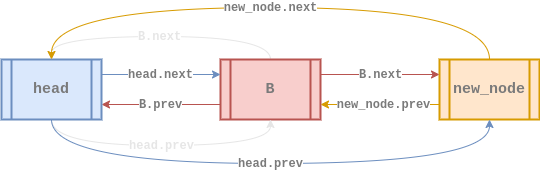
The draw.io diagram assets/data-structure/linked-list/cll-doubly-insert4.png in euisblue/vue-blog, before a commit. Source tidied: cells renumbered, new cells last; positions are measured from the earlier drawing's top-left corner, leaving out a move shared by most shapes. Its diagram source:
```xml
<mxGraphModel>
  <root>
    <mxCell id="0" />
    <mxCell id="1" parent="0" />
    <mxCell id="2" value="&lt;font face=&quot;Courier New&quot; size=&quot;1&quot; color=&quot;#e6e6e6&quot;&gt;&lt;b style=&quot;font-size: 12px&quot;&gt;B.next&lt;/b&gt;&lt;/font&gt;" style="edgeStyle=orthogonalEdgeStyle;rounded=0;jettySize=auto;html=1;exitX=0.5;exitY=0;exitDx=0;exitDy=0;endArrow=classic;endFill=1;strokeWidth=1;curved=1;entryX=0.5;entryY=0;entryDx=0;entryDy=0;fillColor=#f8cecc;strokeColor=#E6E6E6;" parent="1" edge="1" source="4" target="7">
      <mxGeometry x="0.01" relative="1" as="geometry">
        <Array as="points">
          <mxPoint x="269" y="29" />
          <mxPoint x="50" y="29" />
        </Array>
      </mxGeometry>
    </mxCell>
    <mxCell id="3" value="&lt;b style=&quot;color: rgb(122 , 122 , 122) ; font-family: &amp;#34;courier new&amp;#34;&quot;&gt;&lt;font style=&quot;font-size: 12px&quot;&gt;B.prev&lt;/font&gt;&lt;/b&gt;" style="rounded=0;jettySize=auto;html=1;exitX=0;exitY=0.75;exitDx=0;exitDy=0;entryX=1;entryY=0.75;entryDx=0;entryDy=0;strokeColor=#b85450;strokeWidth=1;fillColor=#f8cecc;" parent="1" edge="1" source="4" target="7">
      <mxGeometry relative="1" as="geometry" />
    </mxCell>
    <mxCell id="4" value="&lt;b&gt;&lt;font style=&quot;font-size: 15px&quot; face=&quot;Courier New&quot; color=&quot;#7a7a7a&quot;&gt;B&lt;/font&gt;&lt;/b&gt;" style="shape=process;whiteSpace=wrap;html=1;backgroundOutline=1;fillColor=#f8cecc;strokeColor=#b85450;gradientDirection=east;strokeWidth=2;shadow=0;glass=0;sketch=0;" parent="1" vertex="1">
      <mxGeometry x="219" y="52" width="100" height="60" as="geometry" />
    </mxCell>
    <mxCell id="5" value="&lt;b style=&quot;font-size: 11px ; font-style: normal ; letter-spacing: normal ; text-align: center ; text-indent: 0px ; text-transform: none ; word-spacing: 0px ; font-family: &amp;#34;courier new&amp;#34;&quot;&gt;&lt;font style=&quot;font-size: 12px&quot; color=&quot;#e6e6e6&quot;&gt;head.prev&lt;/font&gt;&lt;/b&gt;" style="edgeStyle=orthogonalEdgeStyle;curved=1;rounded=0;sketch=0;jettySize=auto;html=1;exitX=0.5;exitY=1;exitDx=0;exitDy=0;entryX=0.5;entryY=1;entryDx=0;entryDy=0;strokeWidth=1;fillColor=#dae8fc;strokeColor=#E6E6E6;" parent="1" edge="1" source="7" target="4">
      <mxGeometry relative="1" as="geometry">
        <Array as="points">
          <mxPoint x="50" y="138" />
          <mxPoint x="269" y="138" />
        </Array>
      </mxGeometry>
    </mxCell>
    <mxCell id="6" value="&lt;b style=&quot;font-size: 11px ; font-style: normal ; letter-spacing: normal ; text-align: center ; text-indent: 0px ; text-transform: none ; word-spacing: 0px ; font-family: &amp;#34;courier new&amp;#34;&quot;&gt;&lt;font style=&quot;font-size: 12px&quot; color=&quot;#7a7a7a&quot;&gt;head.next&lt;/font&gt;&lt;/b&gt;" style="edgeStyle=orthogonalEdgeStyle;curved=1;rounded=0;sketch=0;jettySize=auto;html=1;exitX=1;exitY=0.25;exitDx=0;exitDy=0;entryX=0;entryY=0.25;entryDx=0;entryDy=0;strokeColor=#6c8ebf;strokeWidth=1;fillColor=#dae8fc;" parent="1" edge="1" source="7" target="4">
      <mxGeometry x="-0.01" relative="1" as="geometry">
        <Array as="points">
          <mxPoint x="159" y="67" />
          <mxPoint x="159" y="67" />
        </Array>
      </mxGeometry>
    </mxCell>
    <mxCell id="7" value="&lt;div&gt;&lt;font color=&quot;#7a7a7a&quot; face=&quot;courier new&quot; style=&quot;font-size: 15px&quot;&gt;head&lt;/font&gt;&lt;/div&gt;" style="shape=process;whiteSpace=wrap;html=1;backgroundOutline=1;fillColor=#dae8fc;strokeColor=#6c8ebf;gradientDirection=east;strokeWidth=2;shadow=0;glass=0;align=center;sketch=0;fontStyle=1;" parent="1" vertex="1">
      <mxGeometry y="52" width="100" height="60" as="geometry" />
    </mxCell>
    <mxCell id="8" value="&lt;font color=&quot;#7a7a7a&quot; face=&quot;courier new&quot;&gt;&lt;span style=&quot;font-size: 12px&quot;&gt;&lt;b&gt;new_node.prev&lt;/b&gt;&lt;/span&gt;&lt;/font&gt;" style="edgeStyle=orthogonalEdgeStyle;curved=1;rounded=0;jettySize=auto;html=1;exitX=0;exitY=0.75;exitDx=0;exitDy=0;entryX=1;entryY=0.75;entryDx=0;entryDy=0;strokeColor=#d79b00;strokeWidth=1;fillColor=#ffe6cc;" parent="1" edge="1" source="10" target="4">
      <mxGeometry x="-0.06" relative="1" as="geometry" />
    </mxCell>
    <mxCell id="9" value="&lt;font color=&quot;#7a7a7a&quot; face=&quot;courier new&quot;&gt;&lt;span style=&quot;font-size: 12px&quot;&gt;&lt;b&gt;new_node.next&lt;/b&gt;&lt;/span&gt;&lt;/font&gt;" style="edgeStyle=orthogonalEdgeStyle;curved=1;rounded=0;sketch=0;jettySize=auto;html=1;exitX=0.5;exitY=0;exitDx=0;exitDy=0;entryX=0.5;entryY=0;entryDx=0;entryDy=0;strokeWidth=1;strokeColor=#d79b00;fillColor=#ffe6cc;" parent="1" edge="1" source="10" target="7">
      <mxGeometry relative="1" as="geometry">
        <Array as="points">
          <mxPoint x="488" />
          <mxPoint x="50" />
        </Array>
      </mxGeometry>
    </mxCell>
    <mxCell id="10" value="&lt;div&gt;&lt;font color=&quot;#7a7a7a&quot; face=&quot;courier new&quot; size=&quot;1&quot;&gt;&lt;b style=&quot;font-size: 15px&quot;&gt;new_node&lt;/b&gt;&lt;/font&gt;&lt;/div&gt;" style="shape=process;whiteSpace=wrap;html=1;backgroundOutline=1;fillColor=#ffe6cc;strokeColor=#d79b00;gradientDirection=east;strokeWidth=2;shadow=0;glass=0;align=center;sketch=0;" parent="1" vertex="1">
      <mxGeometry x="438" y="52" width="100" height="60" as="geometry" />
    </mxCell>
    <mxCell id="11" value="&lt;font face=&quot;Courier New&quot; color=&quot;#7a7a7a&quot; size=&quot;1&quot;&gt;&lt;b style=&quot;font-size: 12px&quot;&gt;B.next&lt;/b&gt;&lt;/font&gt;" style="rounded=0;jettySize=auto;html=1;exitX=1;exitY=0.25;exitDx=0;exitDy=0;endArrow=classic;endFill=1;strokeColor=#b85450;strokeWidth=1;entryX=0;entryY=0.25;entryDx=0;entryDy=0;fillColor=#f8cecc;" parent="1" edge="1" source="4" target="10">
      <mxGeometry x="0.01" relative="1" as="geometry" />
    </mxCell>
    <mxCell id="12" value="&lt;b style=&quot;font-size: 11px ; font-style: normal ; letter-spacing: normal ; text-align: center ; text-indent: 0px ; text-transform: none ; word-spacing: 0px ; font-family: &amp;#34;courier new&amp;#34;&quot;&gt;&lt;font style=&quot;font-size: 12px&quot; color=&quot;#7a7a7a&quot;&gt;head.prev&lt;/font&gt;&lt;/b&gt;" style="edgeStyle=orthogonalEdgeStyle;curved=1;rounded=0;sketch=0;jettySize=auto;html=1;exitX=0.5;exitY=1;exitDx=0;exitDy=0;entryX=0.5;entryY=1;entryDx=0;entryDy=0;strokeWidth=1;strokeColor=#6c8ebf;fillColor=#dae8fc;" parent="1" edge="1" source="7" target="10">
      <mxGeometry relative="1" as="geometry">
        <Array as="points">
          <mxPoint x="50" y="156" />
          <mxPoint x="488" y="156" />
        </Array>
      </mxGeometry>
    </mxCell>
  </root>
</mxGraphModel>
```
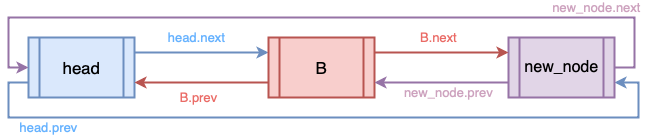
The same diagram one commit later.

What changed in the source:
```diff
@@ -2,63 +2,54 @@
   <root>
     <mxCell id="0" />
     <mxCell id="1" parent="0" />
-    <mxCell id="2" value="&lt;font face=&quot;Courier New&quot; size=&quot;1&quot; color=&quot;#e6e6e6&quot;&gt;&lt;b style=&quot;font-size: 12px&quot;&gt;B.next&lt;/b&gt;&lt;/font&gt;" style="edgeStyle=orthogonalEdgeStyle;rounded=0;jettySize=auto;html=1;exitX=0.5;exitY=0;exitDx=0;exitDy=0;endArrow=classic;endFill=1;strokeWidth=1;curved=1;entryX=0.5;entryY=0;entryDx=0;entryDy=0;fillColor=#f8cecc;strokeColor=#E6E6E6;" parent="1" edge="1" source="4" target="7">
-      <mxGeometry x="0.01" relative="1" as="geometry">
-        <Array as="points">
-          <mxPoint x="269" y="29" />
-          <mxPoint x="50" y="29" />
-        </Array>
+    <mxCell id="2" value="&lt;font color=&quot;#66b2ff&quot; style=&quot;font-size: 13px&quot;&gt;head.next&lt;/font&gt;" style="edgeStyle=orthogonalEdgeStyle;rounded=0;jettySize=auto;html=1;exitX=1;exitY=0.25;exitDx=0;exitDy=0;entryX=0;entryY=0.25;entryDx=0;entryDy=0;fillColor=#dae8fc;strokeColor=#6c8ebf;strokeWidth=2;labelBackgroundColor=none;labelBorderColor=none;fontFamily=Helvetica;" parent="1" edge="1" target="6">
+      <mxGeometry x="-0.06" y="15" relative="1" as="geometry">
+        <mxPoint x="324" y="67" as="sourcePoint" />
       </mxGeometry>
     </mxCell>
-    <mxCell id="3" value="&lt;b style=&quot;color: rgb(122 , 122 , 122) ; font-family: &amp;#34;courier new&amp;#34;&quot;&gt;&lt;font style=&quot;font-size: 12px&quot;&gt;B.prev&lt;/font&gt;&lt;/b&gt;" style="rounded=0;jettySize=auto;html=1;exitX=0;exitY=0.75;exitDx=0;exitDy=0;entryX=1;entryY=0.75;entryDx=0;entryDy=0;strokeColor=#b85450;strokeWidth=1;fillColor=#f8cecc;" parent="1" edge="1" source="4" target="7">
-      <mxGeometry relative="1" as="geometry" />
+    <mxCell id="3" value="&lt;span style=&quot;color: rgb(102 , 178 , 255) ; font-family: &amp;#34;helvetica&amp;#34; ; font-size: 13px ; font-style: normal ; font-weight: normal ; letter-spacing: normal ; text-align: center ; text-indent: 0px ; text-transform: none ; word-spacing: 0px ; text-decoration: none ; display: inline ; float: none&quot;&gt;head.prev&lt;br&gt;&lt;/span&gt;" style="edgeStyle=orthogonalEdgeStyle;rounded=0;jettySize=auto;html=1;exitX=0;exitY=0.75;exitDx=0;exitDy=0;entryX=1;entryY=0.75;entryDx=0;entryDy=0;labelBackgroundColor=none;strokeWidth=2;fontFamily=Helvetica;fontColor=#666666;align=center;fillColor=#dae8fc;strokeColor=#6c8ebf;" parent="1" edge="1" source="4" target="8">
+      <mxGeometry x="-0.74" y="-10" relative="1" as="geometry">
+        <Array as="points">
+          <mxPoint x="199" y="97" />
+          <mxPoint x="199" y="132" />
+          <mxPoint x="829" y="132" />
+          <mxPoint x="829" y="97" />
+        </Array>
+      </mxGeometry>
     </mxCell>
-    <mxCell id="4" value="&lt;b&gt;&lt;font style=&quot;font-size: 15px&quot; face=&quot;Courier New&quot; color=&quot;#7a7a7a&quot;&gt;B&lt;/font&gt;&lt;/b&gt;" style="shape=process;whiteSpace=wrap;html=1;backgroundOutline=1;fillColor=#f8cecc;strokeColor=#b85450;gradientDirection=east;strokeWidth=2;shadow=0;glass=0;sketch=0;" parent="1" vertex="1">
-      <mxGeometry x="219" y="52" width="100" height="60" as="geometry" />
+    <mxCell id="4" value="&lt;font&gt;&lt;font style=&quot;font-size: 17px&quot;&gt;head&lt;/font&gt;&lt;br&gt;&lt;/font&gt;" style="shape=process;whiteSpace=wrap;html=1;backgroundOutline=1;strokeWidth=2;fillColor=#dae8fc;strokeColor=#6c8ebf;fontStyle=0;fontFamily=Helvetica;fontSize=14;labelBackgroundColor=none;labelBorderColor=none;" parent="1" vertex="1">
+      <mxGeometry x="219" y="52" width="106" height="60" as="geometry" />
     </mxCell>
-    <mxCell id="5" value="&lt;b style=&quot;font-size: 11px ; font-style: normal ; letter-spacing: normal ; text-align: center ; text-indent: 0px ; text-transform: none ; word-spacing: 0px ; font-family: &amp;#34;courier new&amp;#34;&quot;&gt;&lt;font style=&quot;font-size: 12px&quot; color=&quot;#e6e6e6&quot;&gt;head.prev&lt;/font&gt;&lt;/b&gt;" style="edgeStyle=orthogonalEdgeStyle;curved=1;rounded=0;sketch=0;jettySize=auto;html=1;exitX=0.5;exitY=1;exitDx=0;exitDy=0;entryX=0.5;entryY=1;entryDx=0;entryDy=0;strokeWidth=1;fillColor=#dae8fc;strokeColor=#E6E6E6;" parent="1" edge="1" source="7" target="4">
-      <mxGeometry relative="1" as="geometry">
-        <Array as="points">
-          <mxPoint x="50" y="138" />
-          <mxPoint x="269" y="138" />
-        </Array>
-      </mxGeometry>
+    <mxCell id="5" value="&lt;font color=&quot;#ea6b66&quot; style=&quot;font-size: 13px&quot;&gt;B.prev&lt;/font&gt;" style="edgeStyle=orthogonalEdgeStyle;rounded=0;jettySize=auto;html=1;exitX=0;exitY=0.75;exitDx=0;exitDy=0;entryX=1;entryY=0.75;entryDx=0;entryDy=0;fillColor=#f8cecc;strokeColor=#b85450;strokeWidth=2;labelBackgroundColor=none;labelBorderColor=none;fontFamily=Helvetica;align=center;" parent="1" edge="1" source="6" target="4">
+      <mxGeometry x="0.04" y="15" relative="1" as="geometry" />
     </mxCell>
-    <mxCell id="6" value="&lt;b style=&quot;font-size: 11px ; font-style: normal ; letter-spacing: normal ; text-align: center ; text-indent: 0px ; text-transform: none ; word-spacing: 0px ; font-family: &amp;#34;courier new&amp;#34;&quot;&gt;&lt;font style=&quot;font-size: 12px&quot; color=&quot;#7a7a7a&quot;&gt;head.next&lt;/font&gt;&lt;/b&gt;" style="edgeStyle=orthogonalEdgeStyle;curved=1;rounded=0;sketch=0;jettySize=auto;html=1;exitX=1;exitY=0.25;exitDx=0;exitDy=0;entryX=0;entryY=0.25;entryDx=0;entryDy=0;strokeColor=#6c8ebf;strokeWidth=1;fillColor=#dae8fc;" parent="1" edge="1" source="7" target="4">
-      <mxGeometry x="-0.01" relative="1" as="geometry">
-        <Array as="points">
-          <mxPoint x="159" y="67" />
-          <mxPoint x="159" y="67" />
-        </Array>
-      </mxGeometry>
+    <mxCell id="6" value="&lt;font&gt;&lt;font style=&quot;font-size: 17px&quot;&gt;B&lt;/font&gt;&lt;br&gt;&lt;/font&gt;" style="shape=process;whiteSpace=wrap;html=1;backgroundOutline=1;strokeWidth=2;fillColor=#f8cecc;strokeColor=#b85450;fontStyle=0;fontFamily=Helvetica;fontSize=14;labelBackgroundColor=none;labelBorderColor=none;" parent="1" vertex="1">
+      <mxGeometry x="459" y="52" width="106" height="60" as="geometry" />
     </mxCell>
-    <mxCell id="7" value="&lt;div&gt;&lt;font color=&quot;#7a7a7a&quot; face=&quot;courier new&quot; style=&quot;font-size: 15px&quot;&gt;head&lt;/font&gt;&lt;/div&gt;" style="shape=process;whiteSpace=wrap;html=1;backgroundOutline=1;fillColor=#dae8fc;strokeColor=#6c8ebf;gradientDirection=east;strokeWidth=2;shadow=0;glass=0;align=center;sketch=0;fontStyle=1;" parent="1" vertex="1">
-      <mxGeometry y="52" width="100" height="60" as="geometry" />
+    <mxCell id="7" value="&lt;font style=&quot;font-size: 13px&quot; color=&quot;#cda2be&quot;&gt;new_node.prev&lt;/font&gt;" style="edgeStyle=orthogonalEdgeStyle;rounded=0;jettySize=auto;html=1;exitX=0;exitY=0.75;exitDx=0;exitDy=0;entryX=1;entryY=0.75;entryDx=0;entryDy=0;labelBackgroundColor=none;strokeWidth=2;fontFamily=Helvetica;fontColor=#666666;align=center;fillColor=#e1d5e7;strokeColor=#9673a6;" parent="1" edge="1" source="8" target="6">
+      <mxGeometry x="-0.1" y="10" relative="1" as="geometry" />
     </mxCell>
-    <mxCell id="8" value="&lt;font color=&quot;#7a7a7a&quot; face=&quot;courier new&quot;&gt;&lt;span style=&quot;font-size: 12px&quot;&gt;&lt;b&gt;new_node.prev&lt;/b&gt;&lt;/span&gt;&lt;/font&gt;" style="edgeStyle=orthogonalEdgeStyle;curved=1;rounded=0;jettySize=auto;html=1;exitX=0;exitY=0.75;exitDx=0;exitDy=0;entryX=1;entryY=0.75;entryDx=0;entryDy=0;strokeColor=#d79b00;strokeWidth=1;fillColor=#ffe6cc;" parent="1" edge="1" source="10" target="4">
-      <mxGeometry x="-0.06" relative="1" as="geometry" />
+    <mxCell id="8" value="&lt;font&gt;&lt;font style=&quot;font-size: 16px&quot;&gt;new_node&lt;/font&gt;&lt;br&gt;&lt;/font&gt;" style="shape=process;whiteSpace=wrap;html=1;backgroundOutline=1;strokeWidth=2;fillColor=#e1d5e7;strokeColor=#9673a6;fontStyle=0;fontFamily=Helvetica;fontSize=14;labelBackgroundColor=none;labelBorderColor=none;" parent="1" vertex="1">
+      <mxGeometry x="699" y="52" width="106" height="60" as="geometry" />
     </mxCell>
-    <mxCell id="9" value="&lt;font color=&quot;#7a7a7a&quot; face=&quot;courier new&quot;&gt;&lt;span style=&quot;font-size: 12px&quot;&gt;&lt;b&gt;new_node.next&lt;/b&gt;&lt;/span&gt;&lt;/font&gt;" style="edgeStyle=orthogonalEdgeStyle;curved=1;rounded=0;sketch=0;jettySize=auto;html=1;exitX=0.5;exitY=0;exitDx=0;exitDy=0;entryX=0.5;entryY=0;entryDx=0;entryDy=0;strokeWidth=1;strokeColor=#d79b00;fillColor=#ffe6cc;" parent="1" edge="1" source="10" target="7">
-      <mxGeometry relative="1" as="geometry">
+    <mxCell id="9" value="&lt;span style=&quot;color: rgb(234, 107, 102); font-family: helvetica; font-size: 13px; font-style: normal; font-weight: normal; letter-spacing: normal; text-align: center; text-indent: 0px; text-transform: none; word-spacing: 0px; text-decoration: none; display: inline; float: none;&quot;&gt;B.next&lt;/span&gt;" style="edgeStyle=orthogonalEdgeStyle;rounded=0;jettySize=auto;html=1;exitX=1;exitY=0.25;exitDx=0;exitDy=0;entryX=0;entryY=0.25;entryDx=0;entryDy=0;labelBackgroundColor=none;strokeWidth=2;fontFamily=Helvetica;fontColor=#666666;align=center;fillColor=#f8cecc;strokeColor=#b85450;" parent="1" edge="1" source="6" target="8">
+      <mxGeometry x="-0.04" y="15" relative="1" as="geometry">
         <Array as="points">
-          <mxPoint x="488" />
-          <mxPoint x="50" />
+          <mxPoint x="629" y="67" />
+          <mxPoint x="629" y="67" />
         </Array>
       </mxGeometry>
     </mxCell>
-    <mxCell id="10" value="&lt;div&gt;&lt;font color=&quot;#7a7a7a&quot; face=&quot;courier new&quot; size=&quot;1&quot;&gt;&lt;b style=&quot;font-size: 15px&quot;&gt;new_node&lt;/b&gt;&lt;/font&gt;&lt;/div&gt;" style="shape=process;whiteSpace=wrap;html=1;backgroundOutline=1;fillColor=#ffe6cc;strokeColor=#d79b00;gradientDirection=east;strokeWidth=2;shadow=0;glass=0;align=center;sketch=0;" parent="1" vertex="1">
-      <mxGeometry x="438" y="52" width="100" height="60" as="geometry" />
+    <mxCell id="10" value="&lt;span style=&quot;font-family: &amp;#34;helvetica&amp;#34; ; font-size: 13px ; font-style: normal ; font-weight: normal ; letter-spacing: normal ; text-align: center ; text-indent: 0px ; text-transform: none ; word-spacing: 0px ; text-decoration: none ; display: inline ; float: none&quot;&gt;&lt;font color=&quot;#cda2be&quot;&gt;new_node.next&lt;/font&gt;&lt;/span&gt;" style="edgeStyle=orthogonalEdgeStyle;rounded=0;jettySize=auto;html=1;exitX=1;exitY=0.5;exitDx=0;exitDy=0;labelBackgroundColor=none;strokeWidth=2;fontFamily=Helvetica;fontColor=#666666;align=center;fillColor=#e1d5e7;strokeColor=#9673a6;" parent="1" edge="1" source="8">
+      <mxGeometry x="-0.72" y="-10" relative="1" as="geometry">
+        <mxPoint x="219" y="82" as="targetPoint" />
+        <Array as="points">
+          <mxPoint x="825" y="82" />
+          <mxPoint x="825" y="32" />
+          <mxPoint x="199" y="32" />
+          <mxPoint x="199" y="82" />
+        </Array>
+      </mxGeometry>
     </mxCell>
-    <mxCell id="11" value="&lt;font face=&quot;Courier New&quot; color=&quot;#7a7a7a&quot; size=&quot;1&quot;&gt;&lt;b style=&quot;font-size: 12px&quot;&gt;B.next&lt;/b&gt;&lt;/font&gt;" style="rounded=0;jettySize=auto;html=1;exitX=1;exitY=0.25;exitDx=0;exitDy=0;endArrow=classic;endFill=1;strokeColor=#b85450;strokeWidth=1;entryX=0;entryY=0.25;entryDx=0;entryDy=0;fillColor=#f8cecc;" parent="1" edge="1" source="4" target="10">
-      <mxGeometry x="0.01" relative="1" as="geometry" />
-    </mxCell>
-    <mxCell id="12" value="&lt;b style=&quot;font-size: 11px ; font-style: normal ; letter-spacing: normal ; text-align: center ; text-indent: 0px ; text-transform: none ; word-spacing: 0px ; font-family: &amp;#34;courier new&amp;#34;&quot;&gt;&lt;font style=&quot;font-size: 12px&quot; color=&quot;#7a7a7a&quot;&gt;head.prev&lt;/font&gt;&lt;/b&gt;" style="edgeStyle=orthogonalEdgeStyle;curved=1;rounded=0;sketch=0;jettySize=auto;html=1;exitX=0.5;exitY=1;exitDx=0;exitDy=0;entryX=0.5;entryY=1;entryDx=0;entryDy=0;strokeWidth=1;strokeColor=#6c8ebf;fillColor=#dae8fc;" parent="1" edge="1" source="7" target="10">
-      <mxGeometry relative="1" as="geometry">
-        <Array as="points">
-          <mxPoint x="50" y="156" />
-          <mxPoint x="488" y="156" />
-        </Array>
-      </mxGeometry>
-    </mxCell>
   </root>
 </mxGraphModel>
```
